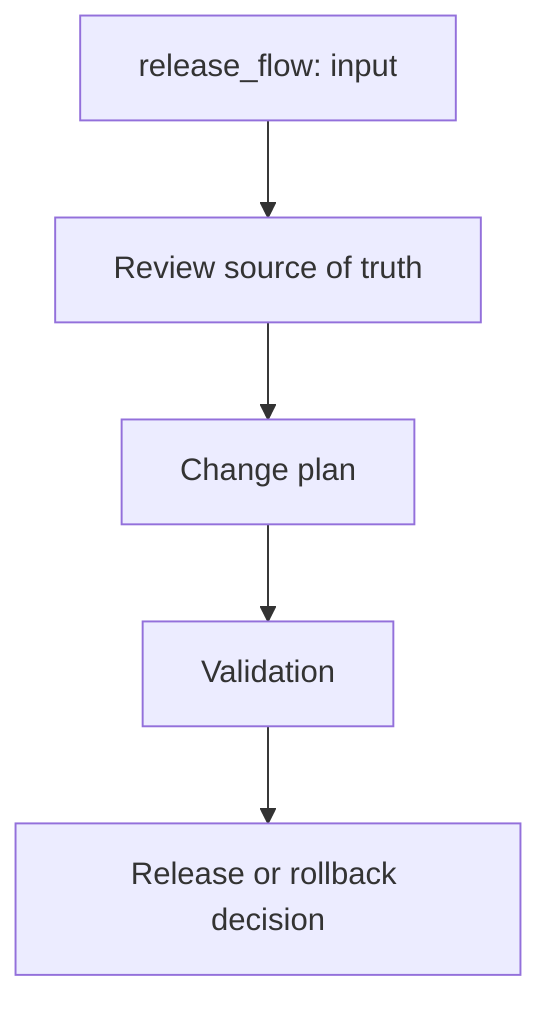
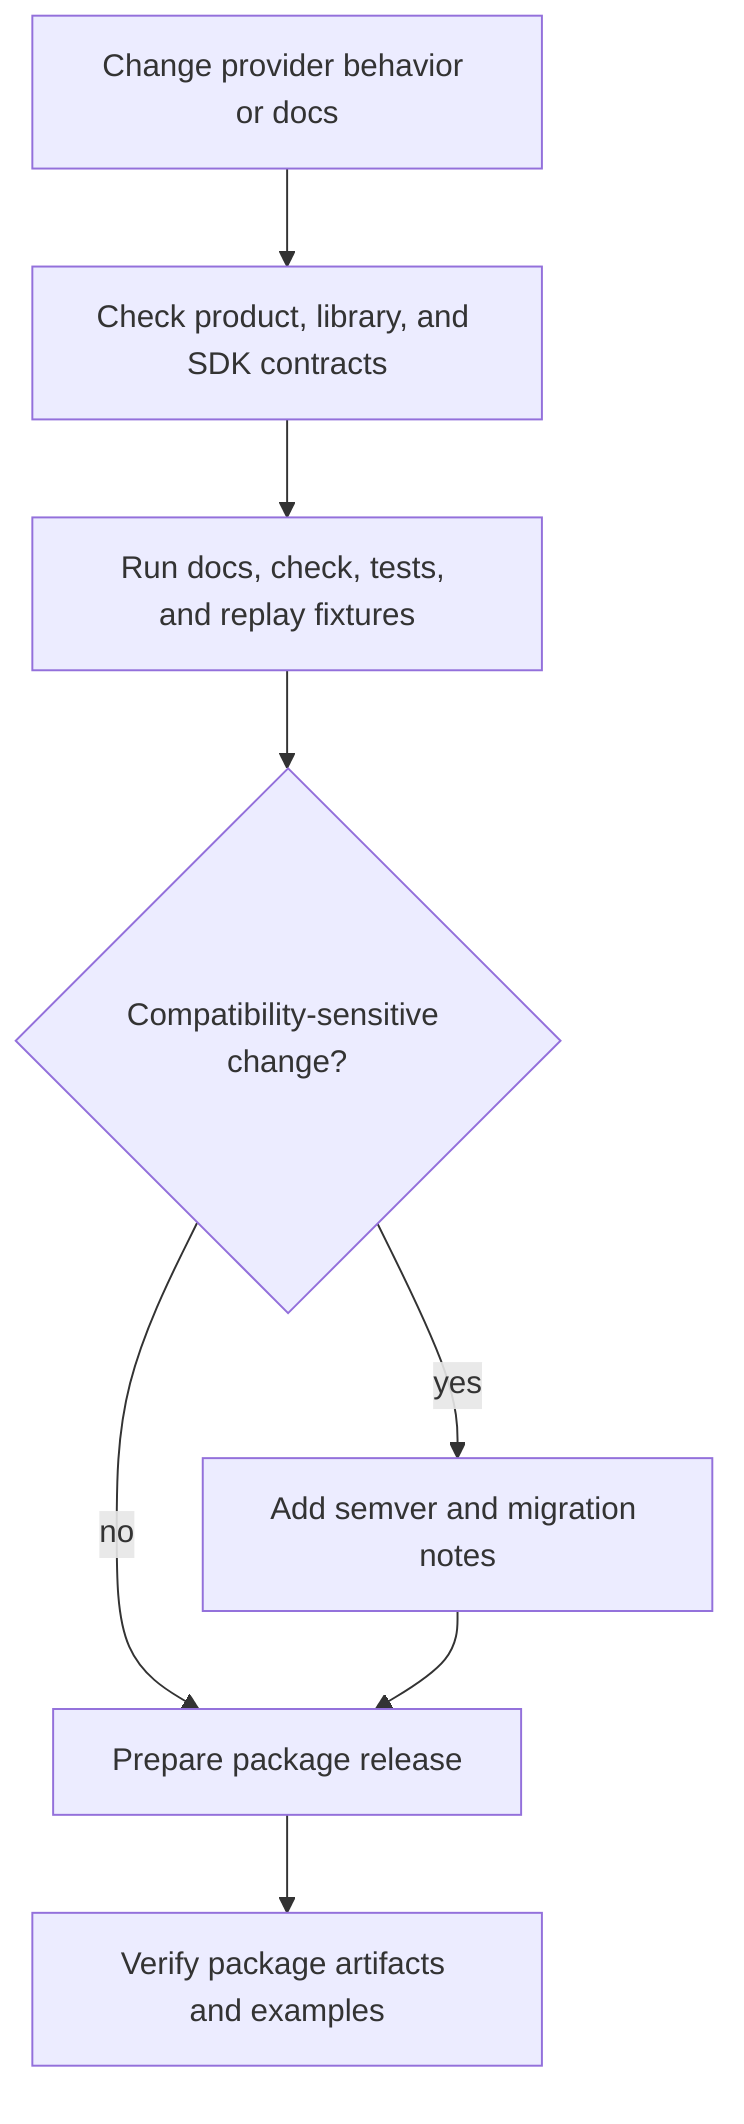
flowchart TD
-   A["release_flow: input"] --> B["Review source of truth"]
-   B --> C["Change plan"]
-   C --> D["Validation"]
-   D --> E["Release or rollback decision"]
+   Change["Change provider behavior or docs"] --> Contract["Check product, library, and SDK contracts"]
+   Contract --> Tests["Run docs, check, tests, and replay fixtures"]
+   Tests --> Semver{"Compatibility-sensitive change?"}
+   Semver -- yes --> Migration["Add semver and migration notes"]
+   Semver -- no --> Publish["Prepare package release"]
+   Migration --> Publish
+   Publish --> Verify["Verify package artifacts and examples"]
